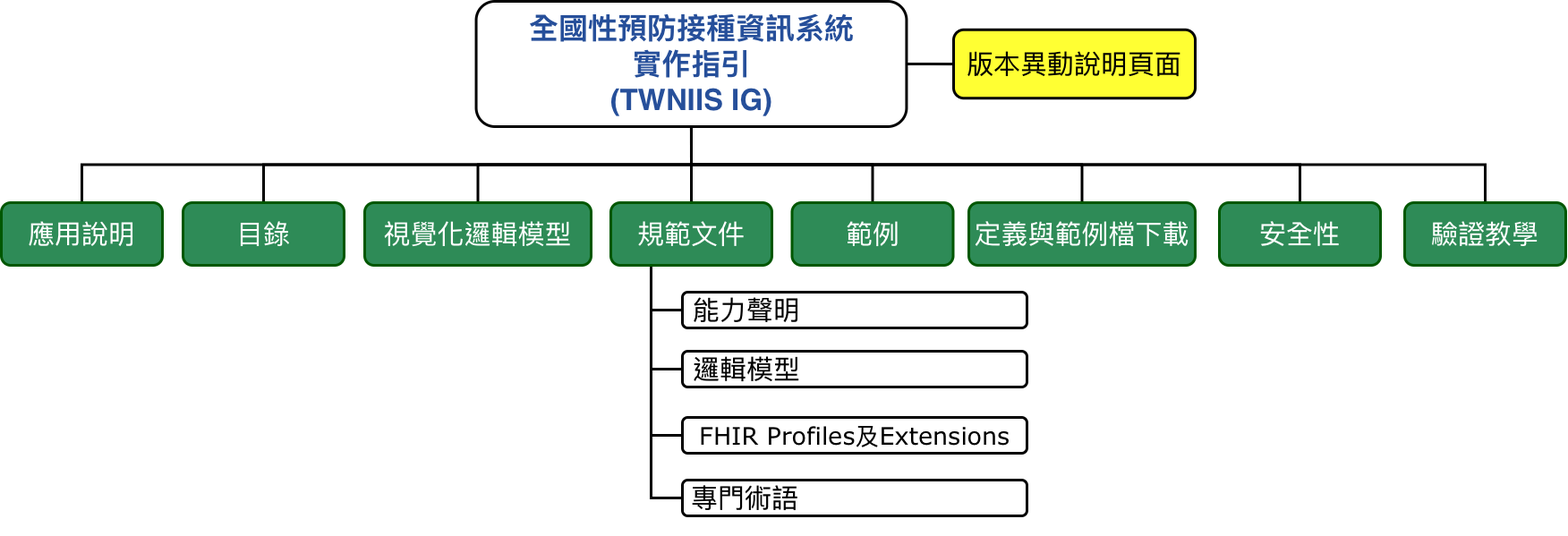
hyweb-cdc/niis keeps this draw.io diagram as input/images/structure.png. Above is the earlier version. Source tidied: cells renumbered, new cells last; positions are measured from the earlier drawing's top-left corner, leaving out a move shared by most shapes.
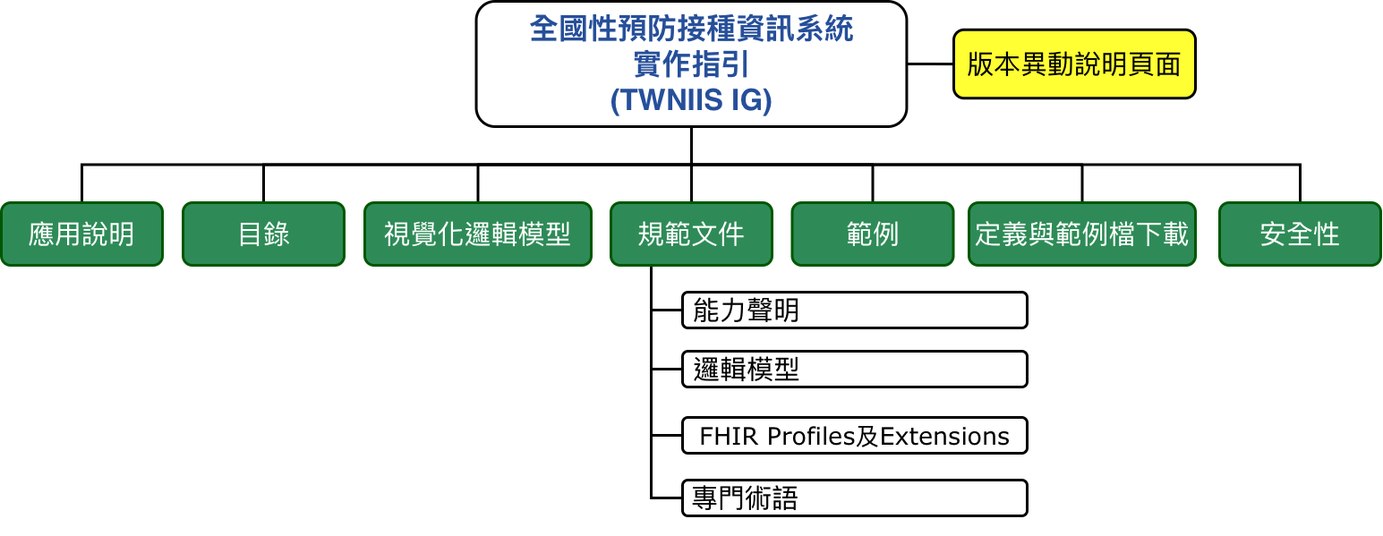
The same file after the commit.

Change to the diagram source:
```diff
@@ -23,9 +23,6 @@
     <mxCell id="8" style="edgeStyle=orthogonalEdgeStyle;rounded=0;jettySize=auto;html=1;exitX=0.5;exitY=1;exitDx=0;exitDy=0;entryX=0.5;entryY=0;entryDx=0;entryDy=0;endArrow=none;endFill=0;strokeWidth=3;fontSize=30;" parent="1" edge="1" source="10" target="25">
       <mxGeometry relative="1" as="geometry" />
     </mxCell>
-    <mxCell id="9" style="edgeStyle=orthogonalEdgeStyle;rounded=0;jettySize=auto;html=1;exitX=0.5;exitY=1;exitDx=0;exitDy=0;endArrow=none;endFill=0;strokeWidth=3;entryX=0.5;entryY=0;entryDx=0;entryDy=0;fontSize=30;" parent="1" edge="1" source="10" target="26">
-      <mxGeometry relative="1" as="geometry" />
-    </mxCell>
     <mxCell id="10" value="全國性預防接種資訊系統&#10;實作指引&#10;(TWNIIS IG)" style="rounded=1;whiteSpace=wrap;fontSize=33;fontFamily=Helvetica;strokeWidth=3;fontColor=#264F9A;fontStyle=1;" parent="1" vertex="1">
       <mxGeometry x="530.6" width="480.9" height="140" as="geometry" />
     </mxCell>
@@ -74,9 +71,6 @@
     <mxCell id="25" value="安全性" style="rounded=1;whiteSpace=wrap;html=1;fontSize=30;fontFamily=Helvetica;fillColor=#2E8B57;fontColor=#ffffff;strokeColor=#005700;strokeWidth=3;" parent="1" vertex="1">
       <mxGeometry x="1361" y="225" width="180" height="70" as="geometry" />
     </mxCell>
-    <mxCell id="26" value="驗證教學" style="rounded=1;whiteSpace=wrap;html=1;fontSize=30;fontFamily=Helvetica;fillColor=#2E8B57;fontColor=#ffffff;strokeColor=#005700;strokeWidth=3;" parent="1" vertex="1">
-      <mxGeometry x="1568" y="225" width="180" height="70" as="geometry" />
-    </mxCell>
     <mxCell id="27" style="edgeStyle=orthogonalEdgeStyle;rounded=0;jettySize=auto;html=1;exitX=0.5;exitY=0;exitDx=0;exitDy=0;entryX=0.5;entryY=1;entryDx=0;entryDy=0;endArrow=none;endFill=0;fontSize=30;strokeWidth=3;" parent="1" edge="1" source="28" target="10">
       <mxGeometry relative="1" as="geometry" />
     </mxCell>
```
